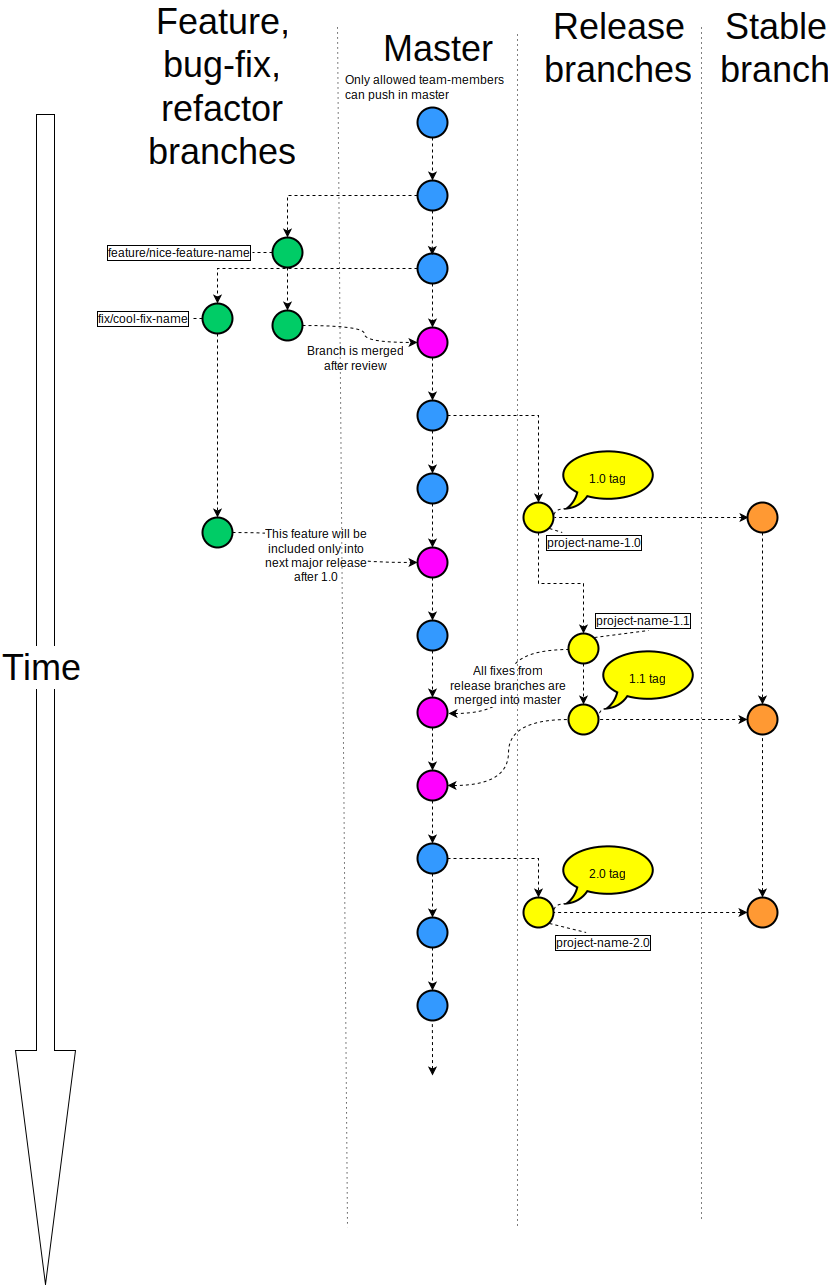
Above: git-flow.png in input-output-hk/cardano-sl-style-guides (draw.io), before the change. Source tidied: cells renumbered, new cells last; positions are measured from the earlier drawing's top-left corner, leaving out a move shared by most shapes.
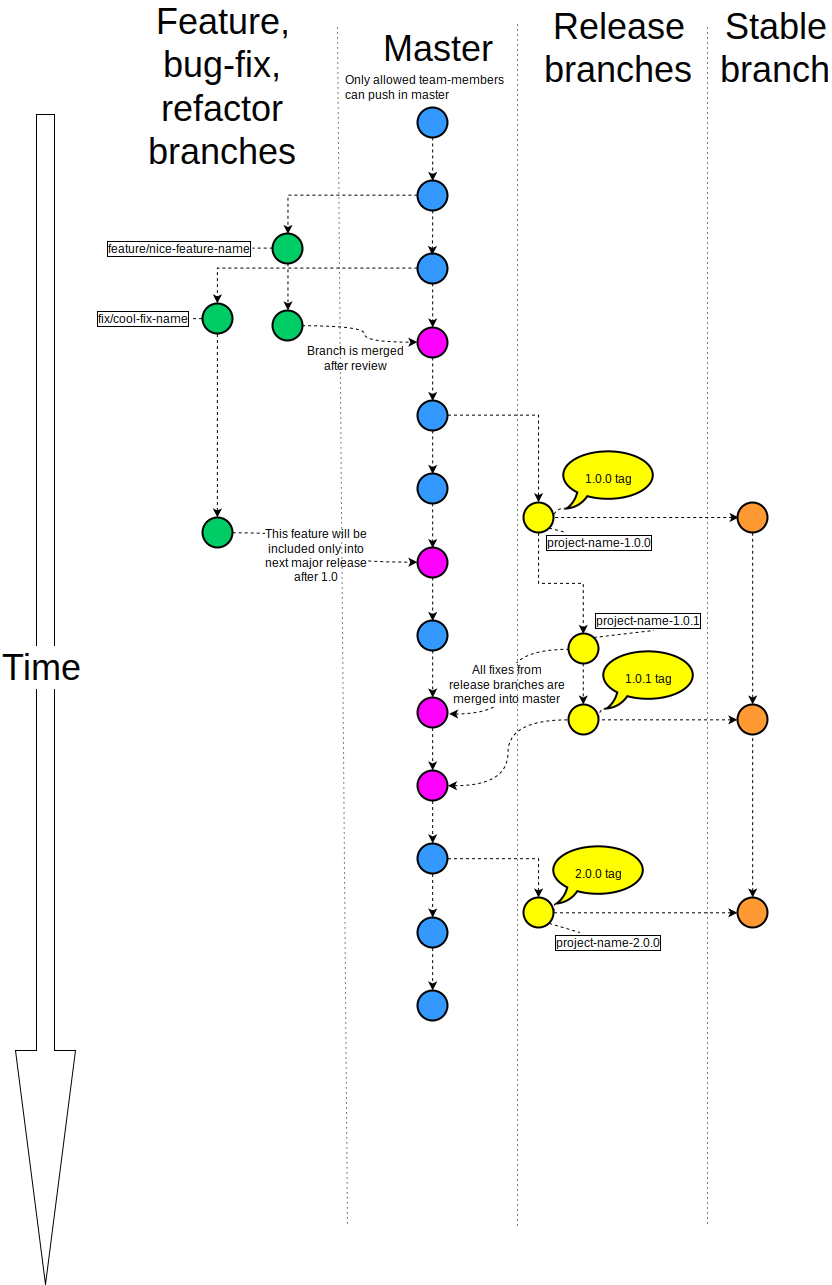
The same diagram one commit later.

Commit message:
git workflow: improve picture

Change to the diagram source:
```diff
@@ -5,8 +5,8 @@
     <mxCell id="2" style="edgeStyle=orthogonalEdgeStyle;rounded=0;html=1;exitX=1;exitY=0.5;exitPerimeter=0;entryX=0;entryY=0.5;entryPerimeter=0;dashed=1;startArrow=classic;startFill=1;endArrow=none;endFill=0;jettySize=auto;fillColor=#FFFF00;flipH=1;" parent="1" edge="1" source="55" target="78">
       <mxGeometry relative="1" as="geometry" />
     </mxCell>
-    <mxCell id="3" value="project-name-1.0" style="text;html=1;points=[];align=left;verticalAlign=top;spacingTop=-4;rounded=0;labelBorderColor=#000000;" parent="1" vertex="1">
-      <mxGeometry x="544" y="505" width="99" height="20" as="geometry" />
+    <mxCell id="3" value="project-name-1.0.0" style="text;html=1;points=[];align=left;verticalAlign=top;spacingTop=-4;rounded=0;labelBorderColor=#000000;" parent="1" vertex="1">
+      <mxGeometry x="544" y="505" width="120" height="20" as="geometry" />
     </mxCell>
     <mxCell id="4" style="shape=singleArrow;direction=south;whiteSpace=wrap;html=1;shadow=0;fillColor=none;" parent="1" vertex="1">
       <mxGeometry x="15" y="87" width="60" height="1170" as="geometry" />
@@ -62,7 +62,7 @@
       <mxGeometry x="252.6" y="163" as="geometry" />
     </mxCell>
     <mxCell id="21" style="verticalLabelPosition=bottom;verticalAlign=top;html=1;strokeWidth=2;shape=mxgraph.flowchart.on-page_reference;shadow=0;fillColor=#00CC66;" parent="1" vertex="1">
-      <mxGeometry x="272" y="210" width="30" height="30" as="geometry" />
+      <mxGeometry x="272" y="206" width="30" height="30" as="geometry" />
     </mxCell>
     <mxCell id="22" style="verticalLabelPosition=bottom;verticalAlign=top;html=1;strokeWidth=2;shape=mxgraph.flowchart.on-page_reference;shadow=0;fillColor=#00CC66;" parent="1" vertex="1">
       <mxGeometry x="272" y="283" width="30" height="30" as="geometry" />
@@ -152,11 +152,6 @@
     <mxCell id="45" style="verticalLabelPosition=bottom;verticalAlign=top;html=1;strokeWidth=2;shape=mxgraph.flowchart.on-page_reference;shadow=0;fillColor=#3399FF;" parent="1" vertex="1">
       <mxGeometry x="417" y="890" width="30" height="30" as="geometry" />
     </mxCell>
-    <mxCell id="46" style="edgeStyle=orthogonalEdgeStyle;rounded=0;html=1;exitX=0.5;exitY=1;exitPerimeter=0;dashed=1;startArrow=classic;startFill=1;endArrow=none;endFill=0;jettySize=auto;fillColor=#FF9933;flipV=1;" parent="1" edge="1" source="47">
-      <mxGeometry relative="1" as="geometry">
-        <mxPoint x="431.8" y="1047" as="targetPoint" />
-      </mxGeometry>
-    </mxCell>
     <mxCell id="47" style="verticalLabelPosition=bottom;verticalAlign=top;html=1;strokeWidth=2;shape=mxgraph.flowchart.on-page_reference;shadow=0;fillColor=#3399FF;" parent="1" vertex="1">
       <mxGeometry x="417" y="963" width="30" height="30" as="geometry" />
     </mxCell>
@@ -195,26 +190,26 @@
     </mxCell>
     <mxCell id="59" style="endArrow=none;html=1;dashed=1;dashPattern=1 4;fillColor=#3399FF;" parent="1" edge="1">
       <mxGeometry x="482" y="-70" as="geometry">
-        <mxPoint x="517" y="7" as="sourcePoint" />
+        <mxPoint x="517" y="-3" as="sourcePoint" />
         <mxPoint x="517" y="1200" as="targetPoint" />
       </mxGeometry>
     </mxCell>
-    <mxCell id="60" value="1.0 tag&lt;br&gt;" style="strokeWidth=2;whiteSpace=wrap;html=1;shape=mxgraph.basic.oval_callout;shadow=0;fillColor=#FFFF00;" parent="1" vertex="1">
+    <mxCell id="60" value="1.0.0 tag&lt;br&gt;" style="strokeWidth=2;whiteSpace=wrap;html=1;shape=mxgraph.basic.oval_callout;shadow=0;fillColor=#FFFF00;" parent="1" vertex="1">
       <mxGeometry x="558" y="421" width="100" height="60" as="geometry" />
     </mxCell>
     <mxCell id="61" style="edgeStyle=orthogonalEdgeStyle;curved=1;rounded=0;html=1;exitX=0.08;exitY=1;exitPerimeter=0;entryX=1;entryY=0.5;entryPerimeter=0;dashed=1;startArrow=none;startFill=0;endArrow=none;endFill=0;jettySize=auto;fillColor=#FFFF00;" parent="1" edge="1" source="60" target="55">
       <mxGeometry relative="1" as="geometry" />
     </mxCell>
-    <mxCell id="62" value="1.1 tag&lt;br&gt;" style="strokeWidth=2;whiteSpace=wrap;html=1;shape=mxgraph.basic.oval_callout;shadow=0;fillColor=#FFFF00;" parent="1" vertex="1">
+    <mxCell id="62" value="1.0.1 tag&lt;br&gt;" style="strokeWidth=2;whiteSpace=wrap;html=1;shape=mxgraph.basic.oval_callout;shadow=0;fillColor=#FFFF00;" parent="1" vertex="1">
       <mxGeometry x="598" y="621" width="100" height="60" as="geometry" />
     </mxCell>
     <mxCell id="63" style="edgeStyle=orthogonalEdgeStyle;curved=1;rounded=0;html=1;exitX=0.08;exitY=1;exitPerimeter=0;entryX=1;entryY=0.5;entryPerimeter=0;dashed=1;startArrow=none;startFill=0;endArrow=none;endFill=0;jettySize=auto;fillColor=#FFFF00;" parent="1" edge="1" source="62" target="56">
       <mxGeometry relative="1" as="geometry" />
     </mxCell>
     <mxCell id="64" style="endArrow=none;html=1;dashed=1;dashPattern=1 4;fillColor=#3399FF;" parent="1" edge="1">
-      <mxGeometry x="666" y="-77" as="geometry">
-        <mxPoint x="701" as="sourcePoint" />
-        <mxPoint x="701" y="1193" as="targetPoint" />
+      <mxGeometry x="672" y="-77" as="geometry">
+        <mxPoint x="707" as="sourcePoint" />
+        <mxPoint x="707" y="1197" as="targetPoint" />
       </mxGeometry>
     </mxCell>
     <mxCell id="65" style="edgeStyle=none;rounded=0;html=1;exitX=0.855;exitY=0.855;exitPerimeter=0;dashed=1;labelBackgroundColor=none;startArrow=none;startFill=0;endArrow=none;endFill=0;jettySize=auto;fillColor=#FF9933;fontColor=none;" parent="1" edge="1" source="66" target="72">
@@ -226,8 +221,8 @@
     <mxCell id="67" style="edgeStyle=orthogonalEdgeStyle;rounded=0;html=1;exitX=1;exitY=0.5;exitPerimeter=0;entryX=0.5;entryY=0;entryPerimeter=0;dashed=1;startArrow=none;startFill=0;endArrow=classic;endFill=1;jettySize=auto;fillColor=#3399FF;" parent="1" edge="1" source="43" target="66">
       <mxGeometry x="422" y="726.4" as="geometry" />
     </mxCell>
-    <mxCell id="68" value="2.0 tag&lt;br&gt;" style="strokeWidth=2;whiteSpace=wrap;html=1;shape=mxgraph.basic.oval_callout;shadow=0;fillColor=#FFFF00;" parent="1" vertex="1">
-      <mxGeometry x="558" y="816" width="100" height="60" as="geometry" />
+    <mxCell id="68" value="2.0.0 tag&lt;br&gt;" style="strokeWidth=2;whiteSpace=wrap;html=1;shape=mxgraph.basic.oval_callout;shadow=0;fillColor=#FFFF00;" parent="1" vertex="1">
+      <mxGeometry x="548" y="816" width="100" height="60" as="geometry" />
     </mxCell>
     <mxCell id="69" style="edgeStyle=orthogonalEdgeStyle;curved=1;rounded=0;html=1;exitX=0.08;exitY=1;exitPerimeter=0;entryX=1;entryY=0.5;entryPerimeter=0;dashed=1;startArrow=none;startFill=0;endArrow=none;endFill=0;jettySize=auto;fillColor=#FFFF00;" parent="1" edge="1" source="68" target="66">
       <mxGeometry x="518" y="799.3" as="geometry" />
@@ -236,10 +231,10 @@
       <mxGeometry x="95" y="281" width="95" height="20" as="geometry" />
     </mxCell>
     <mxCell id="71" value="feature/nice-feature-name" style="text;points=[];align=left;verticalAlign=top;spacingTop=-4;rounded=0;labelBorderColor=#000000;html=1;" parent="1" vertex="1">
-      <mxGeometry x="105" y="215" width="147" height="20" as="geometry" />
+      <mxGeometry x="105" y="211" width="147" height="20" as="geometry" />
     </mxCell>
-    <mxCell id="72" value="project-name-2.0" style="text;html=1;points=[];align=left;verticalAlign=top;spacingTop=-4;rounded=0;labelBorderColor=#000000;" parent="1" vertex="1">
-      <mxGeometry x="553" y="905" width="110" height="11" as="geometry" />
+    <mxCell id="72" value="project-name-2.0.0" style="text;html=1;points=[];align=left;verticalAlign=top;spacingTop=-4;rounded=0;labelBorderColor=#000000;" parent="1" vertex="1">
+      <mxGeometry x="553" y="905" width="120" height="20" as="geometry" />
     </mxCell>
     <mxCell id="73" value="&lt;font style=&quot;font-size: 36px&quot;&gt;Time&lt;/font&gt;" style="text;html=1;align=left;verticalAlign=top;spacingTop=-4;labelBackgroundColor=#ffffff;" parent="1" vertex="1">
       <mxGeometry y="616" width="90" height="20" as="geometry" />
@@ -251,13 +246,13 @@
       <mxGeometry relative="1" as="geometry" />
     </mxCell>
     <mxCell id="76" style="verticalLabelPosition=bottom;verticalAlign=top;html=1;strokeWidth=2;shape=mxgraph.flowchart.on-page_reference;shadow=0;fillColor=#FF9933;" parent="1" vertex="1">
-      <mxGeometry x="747" y="677" width="30" height="30" as="geometry" />
+      <mxGeometry x="737" y="677" width="30" height="30" as="geometry" />
     </mxCell>
     <mxCell id="77" style="edgeStyle=orthogonalEdgeStyle;rounded=0;html=1;exitX=0.5;exitY=1;exitPerimeter=0;entryX=0.5;entryY=0;entryPerimeter=0;dashed=1;startArrow=none;startFill=0;endArrow=classic;endFill=1;jettySize=auto;fillColor=#FF9933;" parent="1" edge="1" source="78" target="76">
-      <mxGeometry x="727.6" y="434" as="geometry" />
+      <mxGeometry x="717.6" y="434" as="geometry" />
     </mxCell>
     <mxCell id="78" style="verticalLabelPosition=bottom;verticalAlign=top;html=1;strokeWidth=2;shape=mxgraph.flowchart.on-page_reference;shadow=0;fillColor=#FF9933;" parent="1" vertex="1">
-      <mxGeometry x="747" y="475" width="30" height="30" as="geometry" />
+      <mxGeometry x="737" y="475" width="30" height="30" as="geometry" />
     </mxCell>
     <mxCell id="79" style="edgeStyle=orthogonalEdgeStyle;rounded=0;html=1;exitX=0.5;exitY=0;exitPerimeter=0;entryX=0.5;entryY=1;entryPerimeter=0;dashed=1;startArrow=classic;startFill=1;endArrow=none;endFill=0;jettySize=auto;fillColor=#FF9933;" parent="1" edge="1" source="81" target="76">
       <mxGeometry relative="1" as="geometry" />
@@ -266,13 +261,13 @@
       <mxGeometry relative="1" as="geometry" />
     </mxCell>
     <mxCell id="81" style="verticalLabelPosition=bottom;verticalAlign=top;html=1;strokeWidth=2;shape=mxgraph.flowchart.on-page_reference;shadow=0;fillColor=#FF9933;" parent="1" vertex="1">
-      <mxGeometry x="747" y="870" width="30" height="30" as="geometry" />
+      <mxGeometry x="737" y="870" width="30" height="30" as="geometry" />
     </mxCell>
     <mxCell id="82" value="&lt;font style=&quot;font-size: 36px&quot;&gt;Stable branch&lt;br&gt;&lt;/font&gt;" style="text;html=1;strokeColor=none;fillColor=none;align=center;verticalAlign=middle;whiteSpace=wrap;shadow=0;" parent="1" vertex="1">
       <mxGeometry x="755" y="10" width="40" height="20" as="geometry" />
     </mxCell>
-    <mxCell id="83" value="project-name-1.1&lt;br&gt;" style="text;html=1;points=[];align=left;verticalAlign=top;spacingTop=-4;rounded=0;labelBorderColor=#000000;" parent="1" vertex="1">
-      <mxGeometry x="593" y="583" width="110" height="20" as="geometry" />
+    <mxCell id="83" value="project-name-1.0.1" style="text;html=1;points=[];align=left;verticalAlign=top;spacingTop=-4;rounded=0;labelBorderColor=#000000;" parent="1" vertex="1">
+      <mxGeometry x="593" y="583" width="120" height="20" as="geometry" />
     </mxCell>
     <mxCell id="84" style="edgeStyle=none;rounded=0;html=1;exitX=0;exitY=0.5;exitPerimeter=0;dashed=1;labelBackgroundColor=none;startArrow=none;startFill=0;endArrow=none;endFill=0;jettySize=auto;fillColor=#FF9933;fontColor=none;" parent="1" edge="1" source="21" target="71">
       <mxGeometry relative="1" as="geometry" />
```
